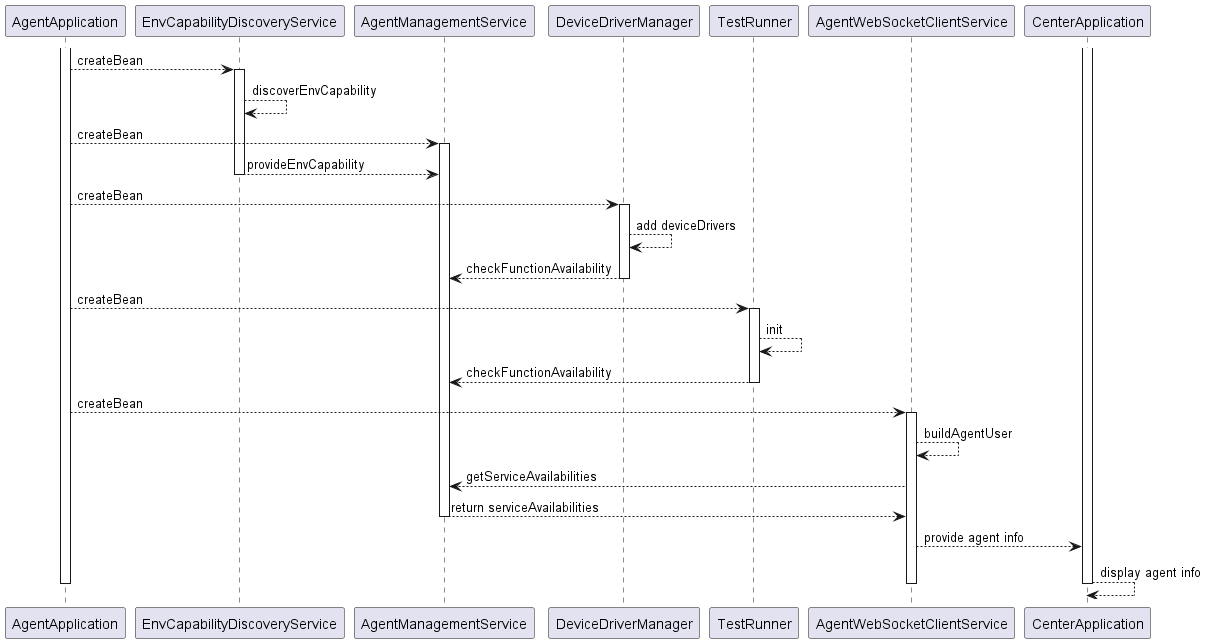
microsoft/HydraLab keeps this PlantUML diagram as docs/images/UML/agent_capability_design_sequence.png. Above is the earlier version.
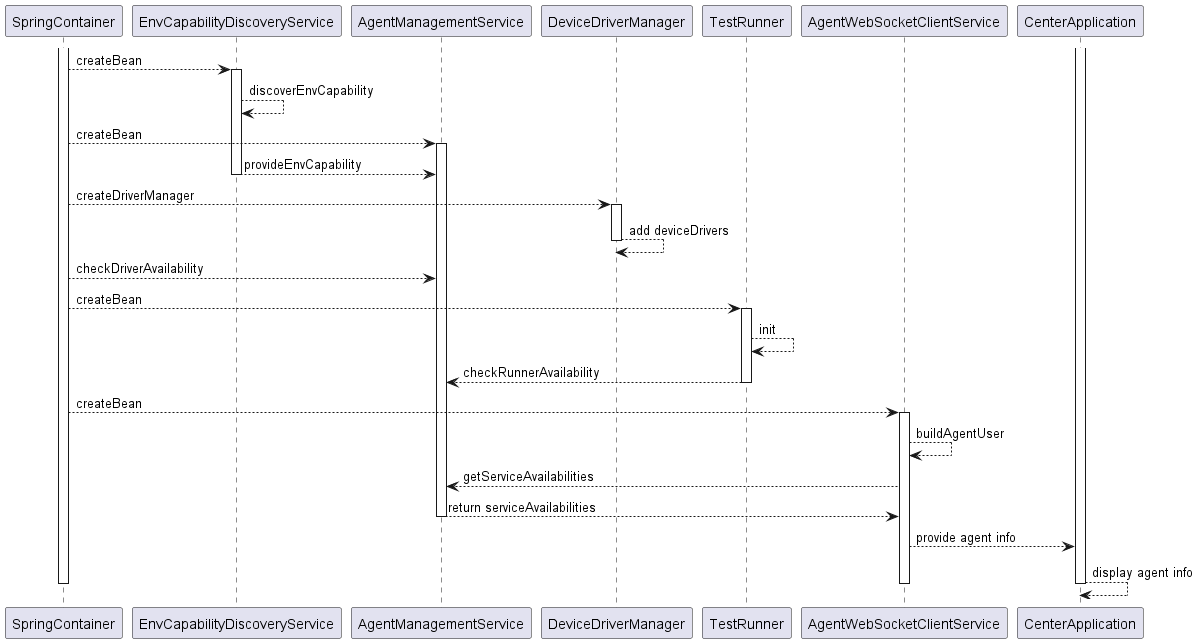
The same diagram one commit later.

What changed in the source:
```diff
@@ -1,5 +1,5 @@
 @startuml agent_capability_design_sequence
-participant AgentApplication
+participant SpringContainer
 participant EnvCapabilityDiscoveryService
 participant AgentManagementService
 participant DeviceDriverManager
@@ -7,26 +7,27 @@
 participant AgentWebSocketClientService
 participant CenterApplication
 
-activate AgentApplication
+activate SpringContainer
 activate CenterApplication
-AgentApplication --> EnvCapabilityDiscoveryService : createBean
+SpringContainer --> EnvCapabilityDiscoveryService : createBean
 activate EnvCapabilityDiscoveryService
 EnvCapabilityDiscoveryService --> EnvCapabilityDiscoveryService : discoverEnvCapability
-AgentApplication --> AgentManagementService : createBean
+SpringContainer --> AgentManagementService : createBean
 activate AgentManagementService
 EnvCapabilityDiscoveryService --> AgentManagementService : provideEnvCapability
 deactivate EnvCapabilityDiscoveryService
-AgentApplication --> DeviceDriverManager : createBean
+SpringContainer --> DeviceDriverManager : createDriverManager
 activate DeviceDriverManager
 DeviceDriverManager --> DeviceDriverManager : add deviceDrivers
-DeviceDriverManager --> AgentManagementService : checkFunctionAvailability
 deactivate DeviceDriverManager
-AgentApplication --> TestRunner : createBean
+SpringContainer --> AgentManagementService : checkDriverAvailability
+
+SpringContainer --> TestRunner : createBean
 activate TestRunner
 TestRunner --> TestRunner : init
-TestRunner --> AgentManagementService : checkFunctionAvailability
+TestRunner --> AgentManagementService : checkRunnerAvailability
 deactivate TestRunner
-AgentApplication --> AgentWebSocketClientService : createBean
+SpringContainer --> AgentWebSocketClientService : createBean
 activate AgentWebSocketClientService
 AgentWebSocketClientService --> AgentWebSocketClientService : buildAgentUser
 AgentWebSocketClientService --> AgentManagementService : getServiceAvailabilities
@@ -36,5 +37,5 @@
 CenterApplication --> CenterApplication : display agent info
 deactivate CenterApplication
 deactivate AgentWebSocketClientService
-deactivate AgentApplication
+deactivate SpringContainer
 @enduml
```
